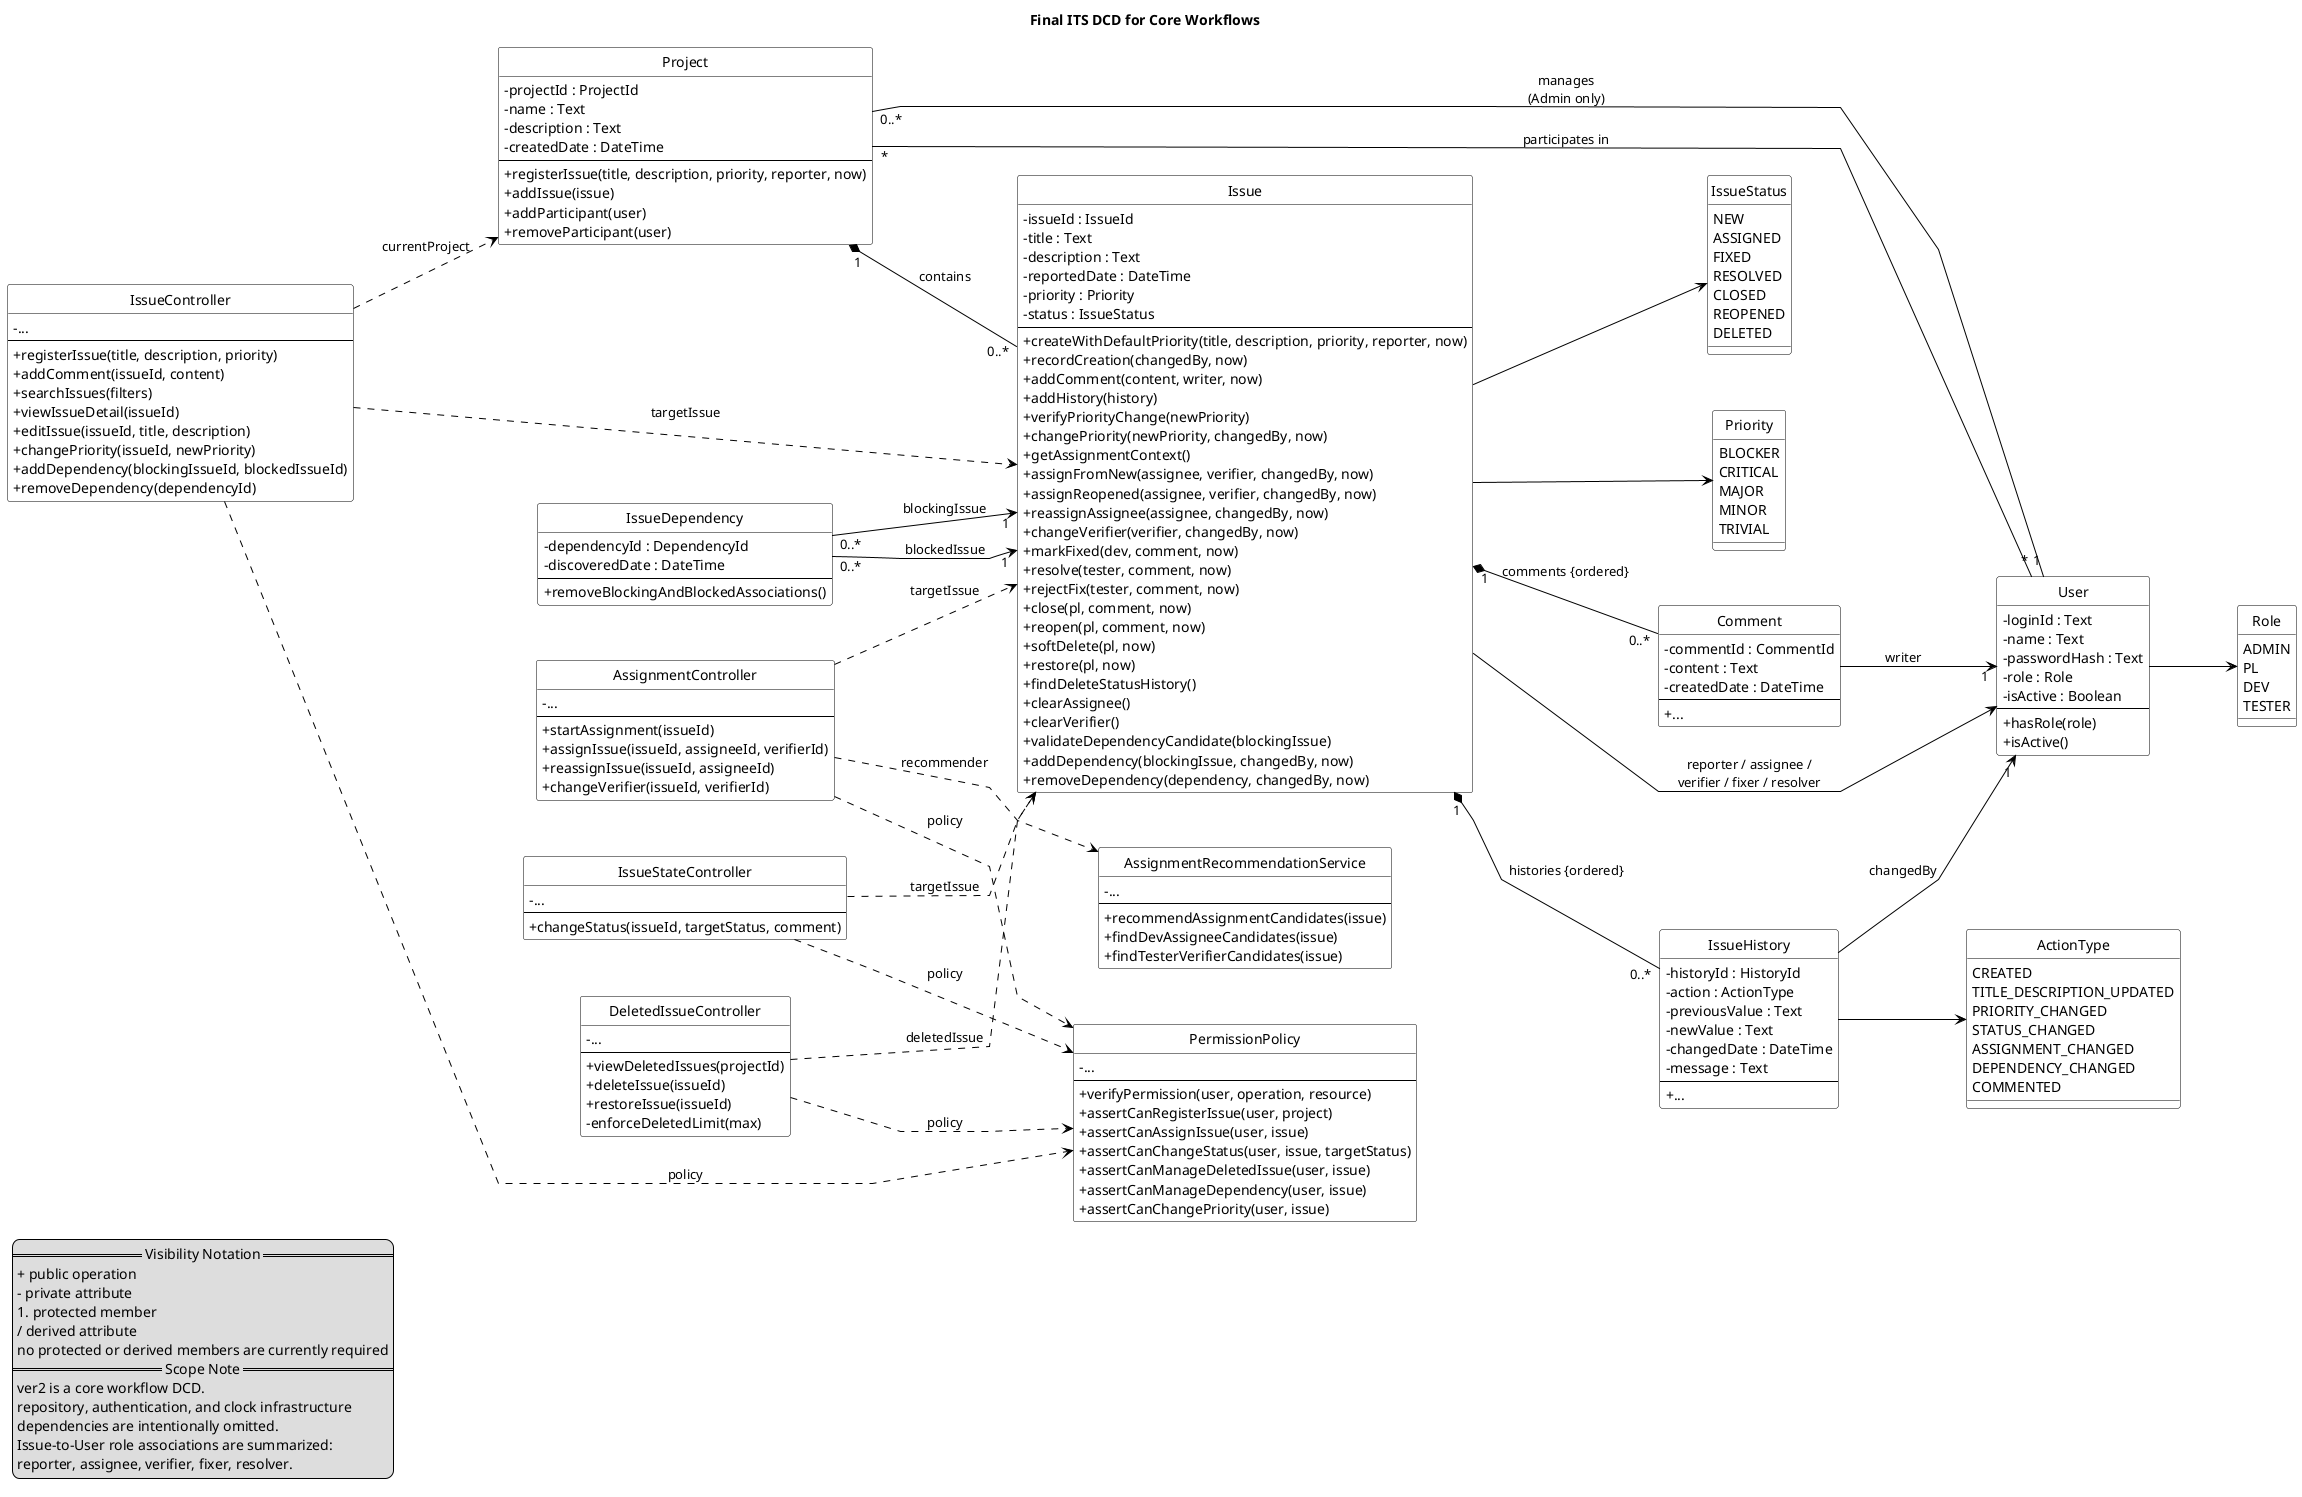
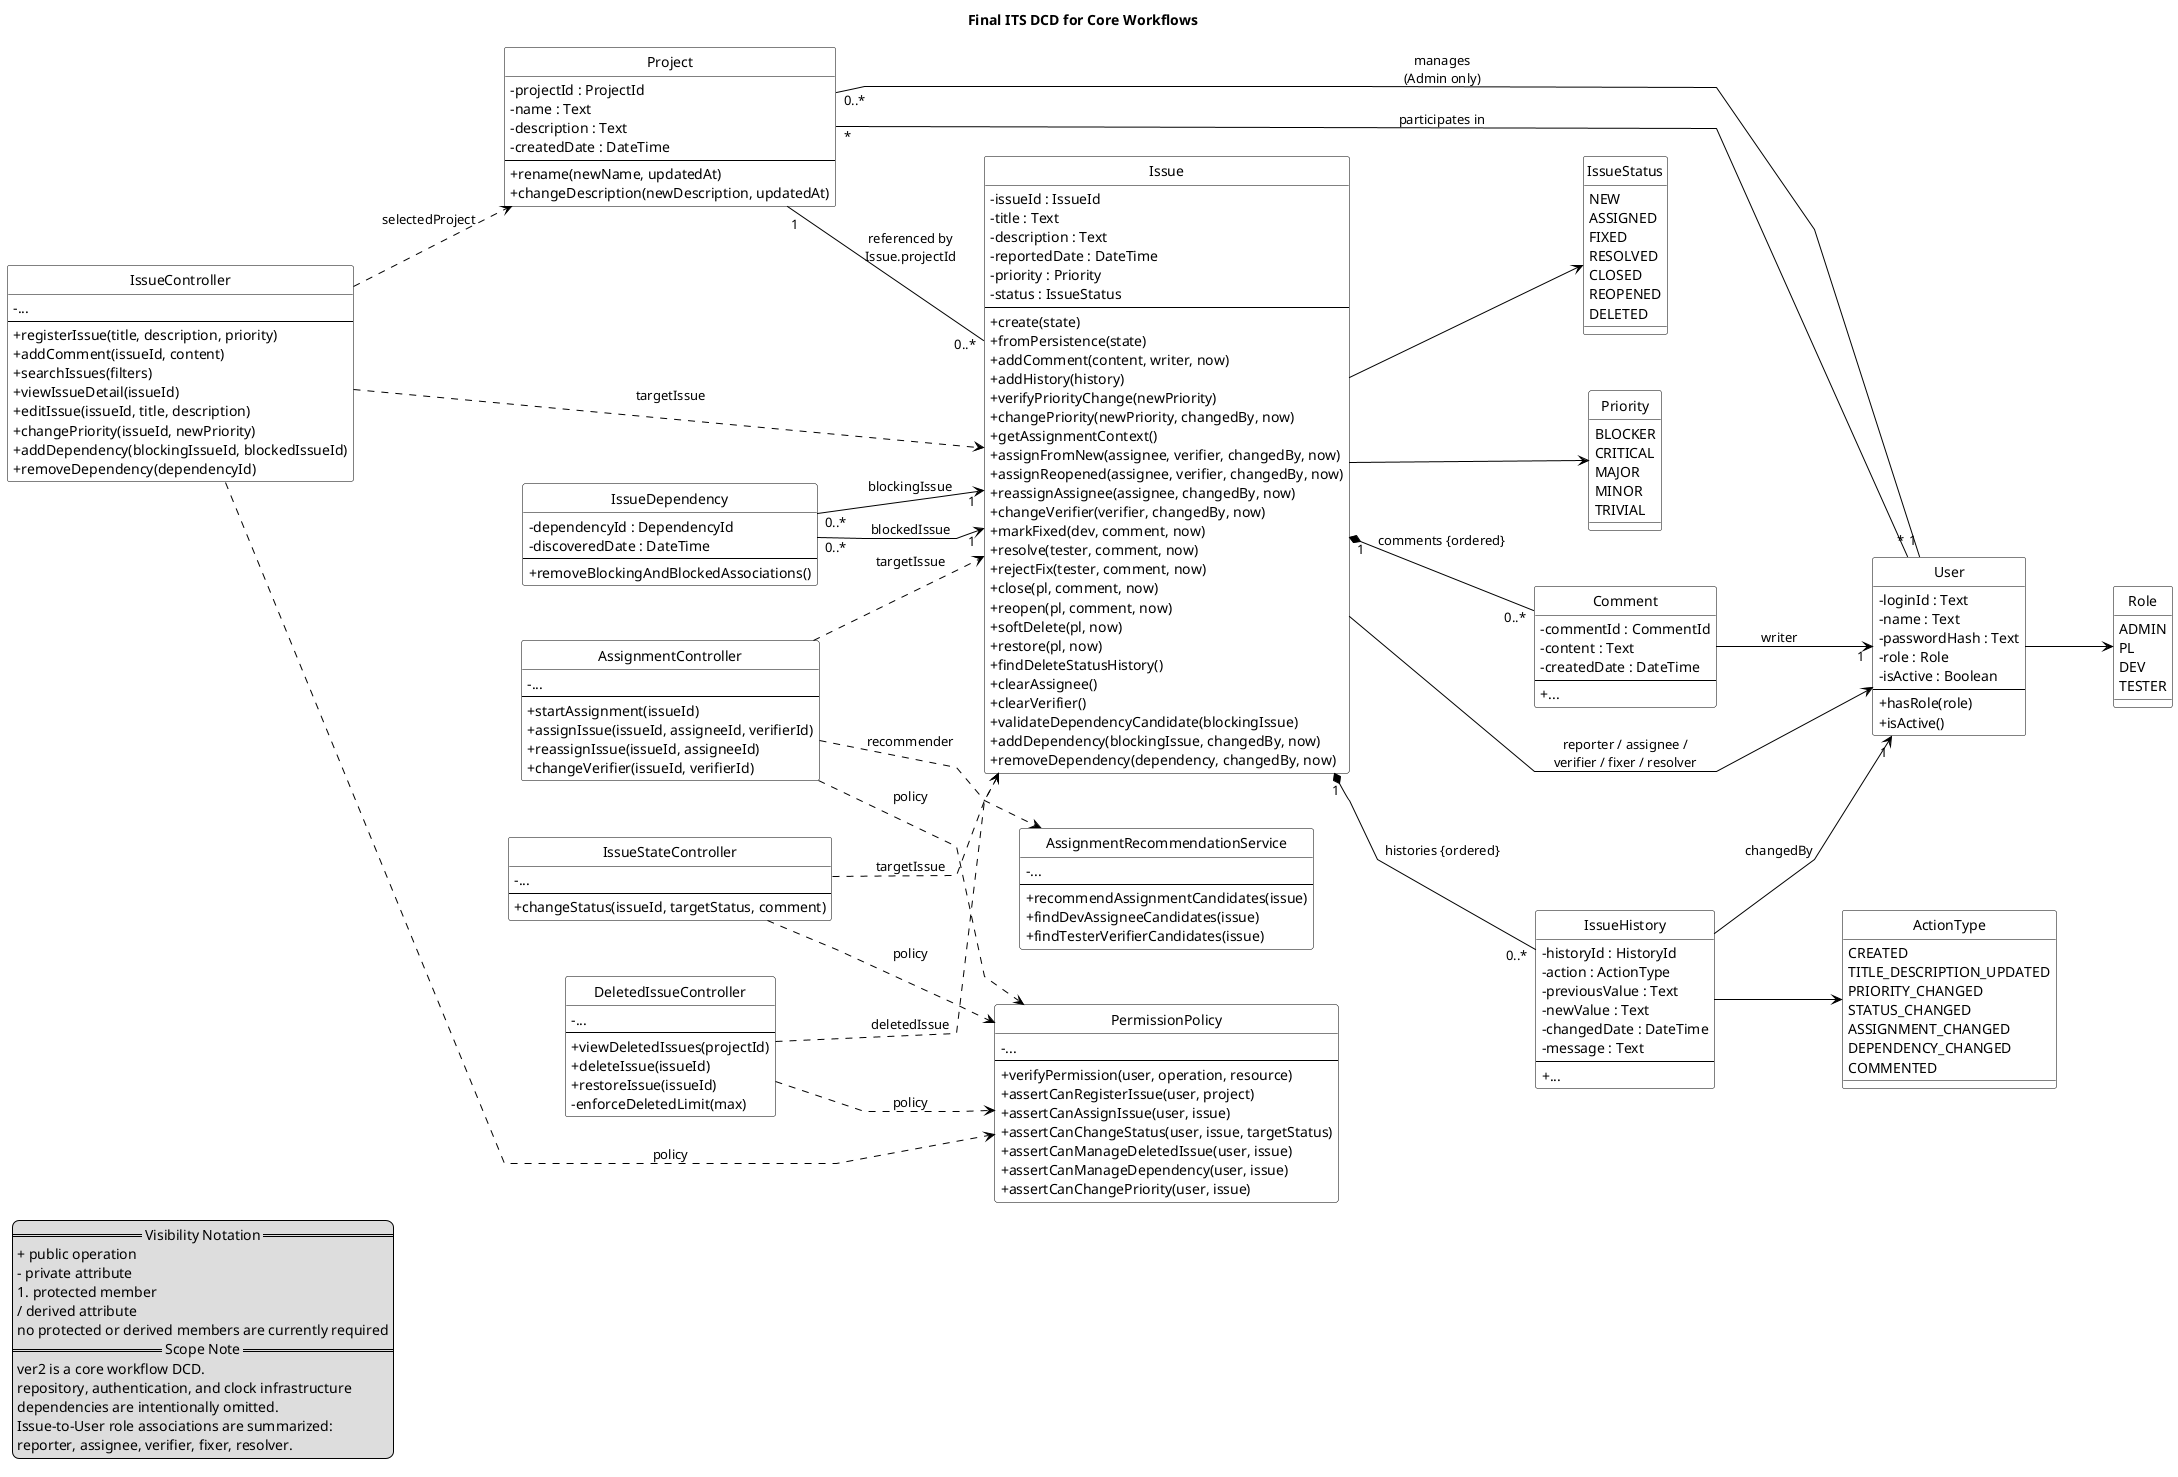
@startuml its_dcd_ver2

title Final ITS DCD for Core Workflows

left to right direction
hide circle
hide stereotype
skinparam monochrome true
skinparam shadowing false
skinparam classAttributeIconSize 0
skinparam linetype polyline
skinparam nodesep 55
skinparam ranksep 55
skinparam class {
  BackgroundColor white
  BorderColor black
  FontColor black
  ArrowColor black
}

legend left
  == Visibility Notation ==
  + public operation
  - private attribute
  # protected member
  / derived attribute
  no protected or derived members are currently required
  == Scope Note ==
  ver2 is a core workflow DCD.
  repository, authentication, and clock infrastructure
  dependencies are intentionally omitted.
  Issue-to-User role associations are summarized:
  reporter, assignee, verifier, fixer, resolver.
endlegend

class Project {
  - projectId : ProjectId
  - name : Text
  - description : Text
  - createdDate : DateTime
  --
-   + registerIssue(title, description, priority, reporter, now)
-   + addIssue(issue)
-   + addParticipant(user)
-   + removeParticipant(user)
+   + rename(newName, updatedAt)
+   + changeDescription(newDescription, updatedAt)
}

class IssueController {
  - ...
  --
  + registerIssue(title, description, priority)
  + addComment(issueId, content)
  + searchIssues(filters)
  + viewIssueDetail(issueId)
  + editIssue(issueId, title, description)
  + changePriority(issueId, newPriority)
  + addDependency(blockingIssueId, blockedIssueId)
  + removeDependency(dependencyId)
}

class AssignmentController {
  - ...
  --
  + startAssignment(issueId)
  + assignIssue(issueId, assigneeId, verifierId)
  + reassignIssue(issueId, assigneeId)
  + changeVerifier(issueId, verifierId)
}

class IssueStateController {
  - ...
  --
  + changeStatus(issueId, targetStatus, comment)
}

class DeletedIssueController {
  - ...
  --
  + viewDeletedIssues(projectId)
  + deleteIssue(issueId)
  + restoreIssue(issueId)
  - enforceDeletedLimit(max)
}

class PermissionPolicy {
  - ...
  --
  + verifyPermission(user, operation, resource)
  + assertCanRegisterIssue(user, project)
  + assertCanAssignIssue(user, issue)
  + assertCanChangeStatus(user, issue, targetStatus)
  + assertCanManageDeletedIssue(user, issue)
  + assertCanManageDependency(user, issue)
  + assertCanChangePriority(user, issue)
}

class AssignmentRecommendationService {
  - ...
  --
  + recommendAssignmentCandidates(issue)
  + findDevAssigneeCandidates(issue)
  + findTesterVerifierCandidates(issue)
}

class Issue {
  - issueId : IssueId
  - title : Text
  - description : Text
  - reportedDate : DateTime
  - priority : Priority
  - status : IssueStatus
  --
-   + createWithDefaultPriority(title, description, priority, reporter, now)
-   + recordCreation(changedBy, now)
+   + create(state)
+   + fromPersistence(state)
  + addComment(content, writer, now)
  + addHistory(history)
  + verifyPriorityChange(newPriority)
  + changePriority(newPriority, changedBy, now)
  + getAssignmentContext()
  + assignFromNew(assignee, verifier, changedBy, now)
  + assignReopened(assignee, verifier, changedBy, now)
  + reassignAssignee(assignee, changedBy, now)
  + changeVerifier(verifier, changedBy, now)
  + markFixed(dev, comment, now)
  + resolve(tester, comment, now)
  + rejectFix(tester, comment, now)
  + close(pl, comment, now)
  + reopen(pl, comment, now)
  + softDelete(pl, now)
  + restore(pl, now)
  + findDeleteStatusHistory()
  + clearAssignee()
  + clearVerifier()
  + validateDependencyCandidate(blockingIssue)
  + addDependency(blockingIssue, changedBy, now)
  + removeDependency(dependency, changedBy, now)
}

class Comment {
  - commentId : CommentId
  - content : Text
  - createdDate : DateTime
  --
  + ...
}

class IssueHistory {
  - historyId : HistoryId
  - action : ActionType
  - previousValue : Text
  - newValue : Text
  - changedDate : DateTime
  - message : Text
  --
  + ...
}

class IssueDependency {
  - dependencyId : DependencyId
  - discoveredDate : DateTime
  --
  + removeBlockingAndBlockedAssociations()
}

class User {
  - loginId : Text
  - name : Text
  - passwordHash : Text
  - role : Role
  - isActive : Boolean
  --
  + hasRole(role)
  + isActive()
}

enum Role {
  ADMIN
  PL
  DEV
  TESTER
}

enum IssueStatus {
  NEW
  ASSIGNED
  FIXED
  RESOLVED
  CLOSED
  REOPENED
  DELETED
}

enum Priority {
  BLOCKER
  CRITICAL
  MAJOR
  MINOR
  TRIVIAL
}

enum ActionType {
  CREATED
  TITLE_DESCRIPTION_UPDATED
  PRIORITY_CHANGED
  STATUS_CHANGED
  ASSIGNMENT_CHANGED
  DEPENDENCY_CHANGED
  COMMENTED
}

- IssueController ..> Project : currentProject
+ IssueController ..> Project : selectedProject
IssueController ..> Issue : targetIssue
IssueController ..> PermissionPolicy : policy

AssignmentController ..> Issue : targetIssue
AssignmentController ..> PermissionPolicy : policy
AssignmentController ..> AssignmentRecommendationService : recommender

IssueStateController ..> Issue : targetIssue
IssueStateController ..> PermissionPolicy : policy

DeletedIssueController ..> Issue : deletedIssue
DeletedIssueController ..> PermissionPolicy : policy

- Project "1" *-- "0..*" Issue : contains
+ Project "1" -- "0..*" Issue : referenced by\nIssue.projectId
User "*" -- "*" Project : participates in
User "1" -- "0..*" Project : manages\n(Admin only)

Issue "1" *-- "0..*" Comment : comments {ordered}
Issue "1" *-- "0..*" IssueHistory : histories {ordered}

IssueDependency "0..*" --> "1" Issue : blockingIssue
IssueDependency "0..*" --> "1" Issue : blockedIssue

Issue --> User : reporter / assignee /\nverifier / fixer / resolver

Comment --> "1" User : writer
IssueHistory --> "1" User : changedBy

Issue --> IssueStatus
Issue --> Priority
IssueHistory --> ActionType
User --> Role

- @enduml+ @enduml
